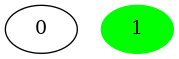
Earlier version of the Graphviz export algorithm_visualizer/src/save/tmp/digraph.png (Les-Alchimistes-Labs/AlgorithmVisualizer). Its source is kept beside it as algorithm_visualizer/src/save/tmp/digraph.dot.
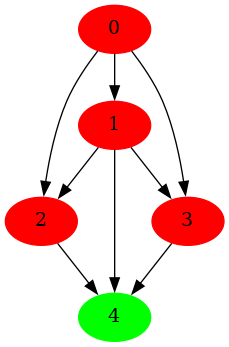
The same file after the commit.

What changed in the source:
```diff
@@ -1,4 +1,15 @@
-digraph dig { // 2
-n0 [label="0"]
-n1 [label="1", style = filled , color = green ]
+digraph dig { // 5
+n0->n1 // 0 1
+n0->n2 // 0 2
+n0->n3 // 0 3
+n1->n2 // 1 2
+n1->n3 // 1 3
+n1->n4 // 1 4
+n2->n4 // 2 4
+n3->n4 // 3 4
+n0 [label="0", style = filled , color = red ]
+n1 [label="1", style = filled , color = red ]
+n2 [label="2", style = filled , color = red ]
+n3 [label="3", style = filled , color = red ]
+n4 [label="4", style = filled , color = green ]
 }
```
